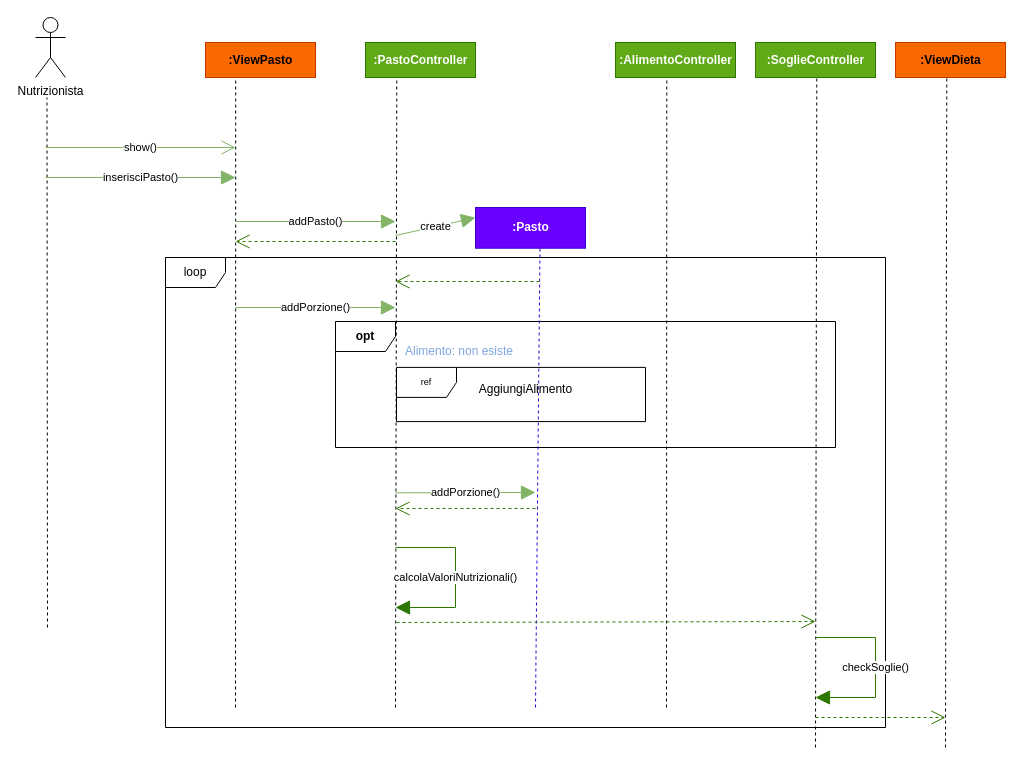
DeborohNoah/IngSoft keeps this draw.io diagram as Interazioni/interazioneDietaAlimentoDettagliato.drawio. Above is the earlier version. Source tidied: cells renumbered, new cells numbered last; positions are measured from the earlier drawing's top-left corner, leaving out a move shared by most shapes. Both pictures are drawn from the tidied source at 100%, with x=0, y=0 at pixel (35, 17).
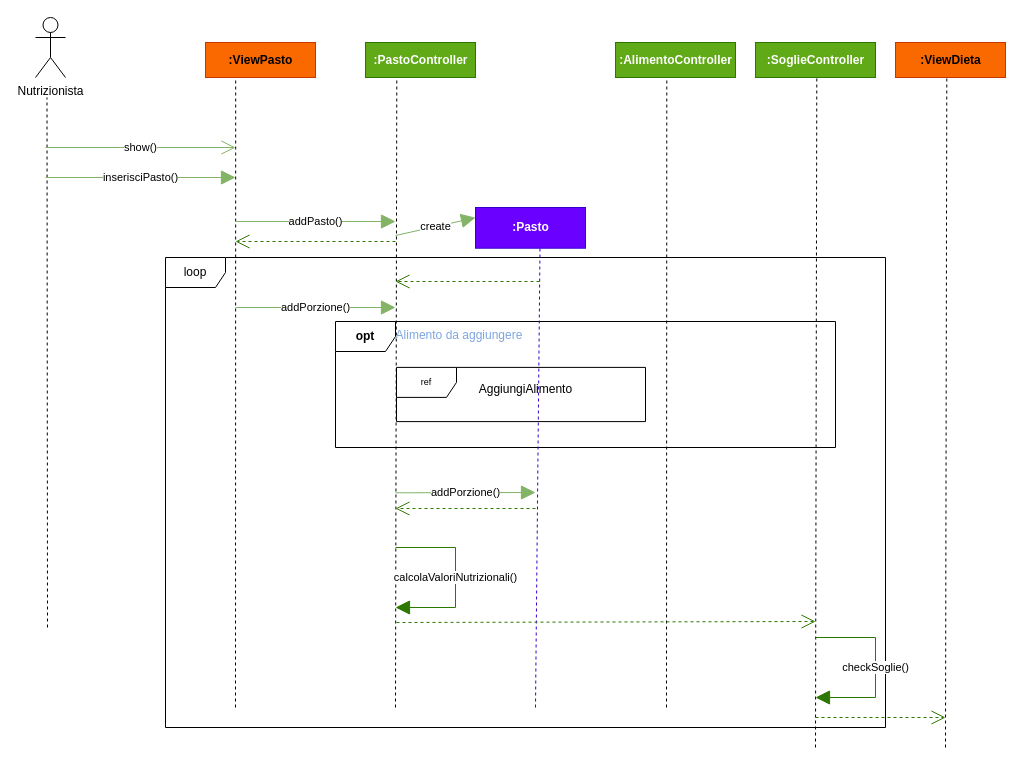
The same diagram, later.

Diff of the diagram source:
```diff
@@
-    <mxCell id="26" value="Alimento: non esiste" style="text;align=center;fontStyle=0;verticalAlign=middle;spacingLeft=3;spacingRight=3;fontColor=#7EA6E0;" parent="1" vertex="1">
-      <mxGeometry x="384" y="320" width="80" height="26" as="geometry" />
+    <mxCell id="26" value="Alimento da aggiungere" style="text;align=center;fontStyle=0;verticalAlign=middle;spacingLeft=3;spacingRight=3;fontColor=#7EA6E0;" parent="1" vertex="1">
+      <mxGeometry x="384" y="304" width="80" height="26" as="geometry" />
     </mxCell>
```
